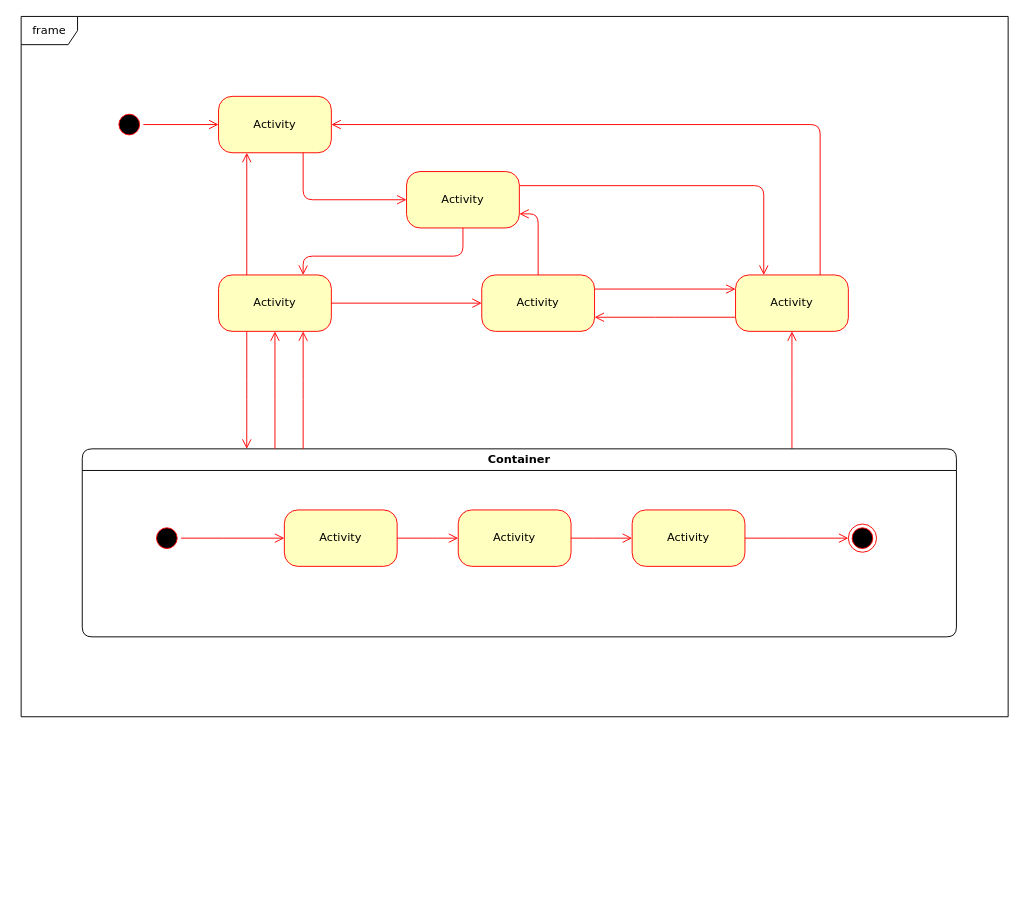
Before: Diagrama sin título.drawio in joestar02/draw.io, a draw.io diagram. Source tidied: cells renumbered, new cells numbered last; positions are measured from the earlier drawing's top-left corner, leaving out a move shared by most shapes. Both pictures are drawn from the tidied source at 94%, with x=0, y=0 at pixel (21, 16).
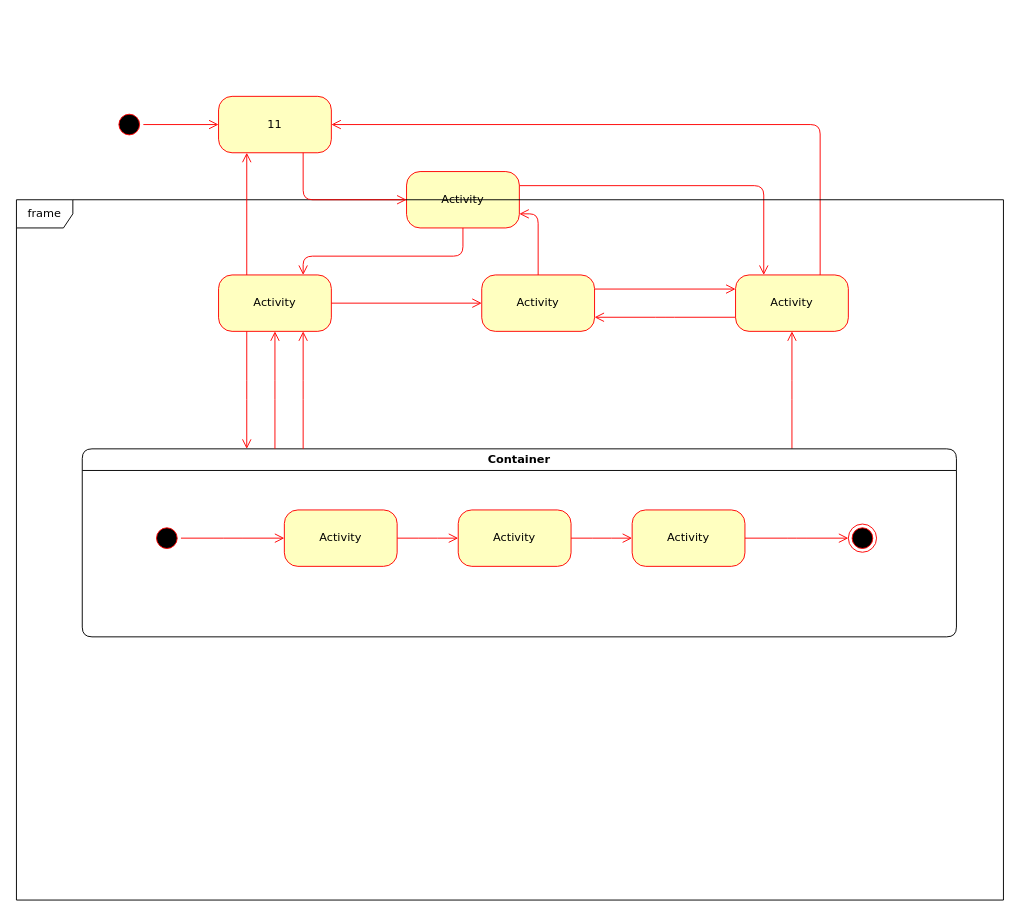
The same page after the edit.

The edit, as a diff of the source:
```diff
@@
-    <mxCell id="4" value="Activity" style="rounded=1;whiteSpace=wrap;html=1;arcSize=24;fillColor=#ffffc0;strokeColor=#ff0000;shadow=0;comic=0;labelBackgroundColor=none;fontFamily=Verdana;fontSize=12;fontColor=#000000;align=center;" parent="1" vertex="1">
+    <mxCell id="4" value="11" style="rounded=1;whiteSpace=wrap;html=1;arcSize=24;fillColor=#ffffc0;strokeColor=#ff0000;shadow=0;comic=0;labelBackgroundColor=none;fontFamily=Verdana;fontSize=12;fontColor=#000000;align=center;" parent="1" vertex="1">
       <mxGeometry x="210" y="85" width="120" height="60" as="geometry" />
     </mxCell>
@@
     <mxCell id="22" value="frame" style="shape=umlFrame;whiteSpace=wrap;html=1;rounded=1;shadow=0;comic=0;labelBackgroundColor=none;strokeWidth=1;fontFamily=Verdana;fontSize=12;align=center;" parent="1" vertex="1">
-      <mxGeometry width="1050" height="745" as="geometry" />
+      <mxGeometry x="-5" y="195" width="1050" height="745" as="geometry" />
     </mxCell>
```
